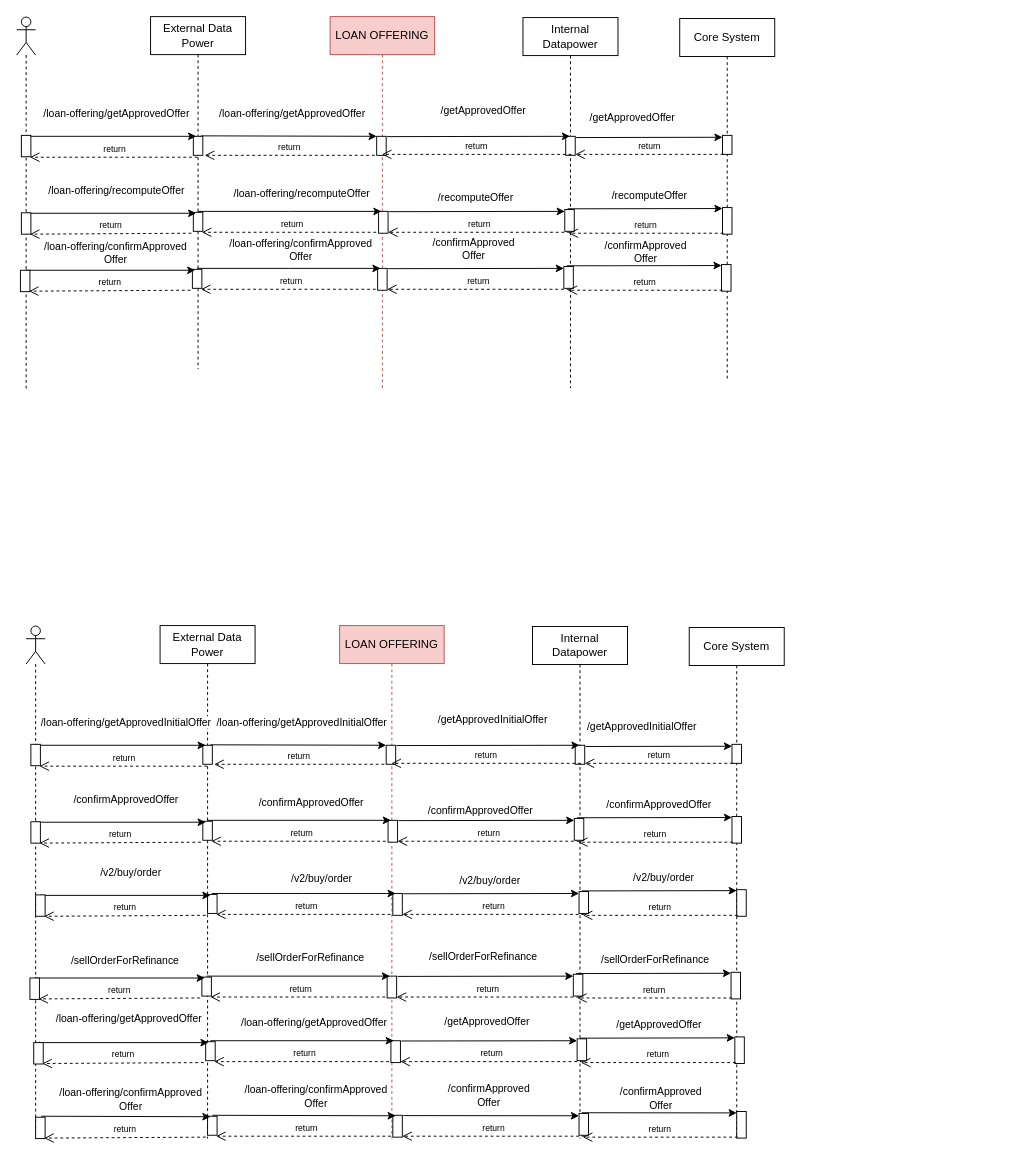
Above: page "Loan-Offering" (11 of 12) of Migration-CRM.drawio in MHosnii/Migration (draw.io), before the change. Source tidied: cells renumbered, new cells numbered last; positions are measured from the earlier drawing's top-left corner, leaving out a move shared by most shapes. Both pictures are drawn from the tidied source at 95%, with x=0, y=0 at pixel (16, 16).
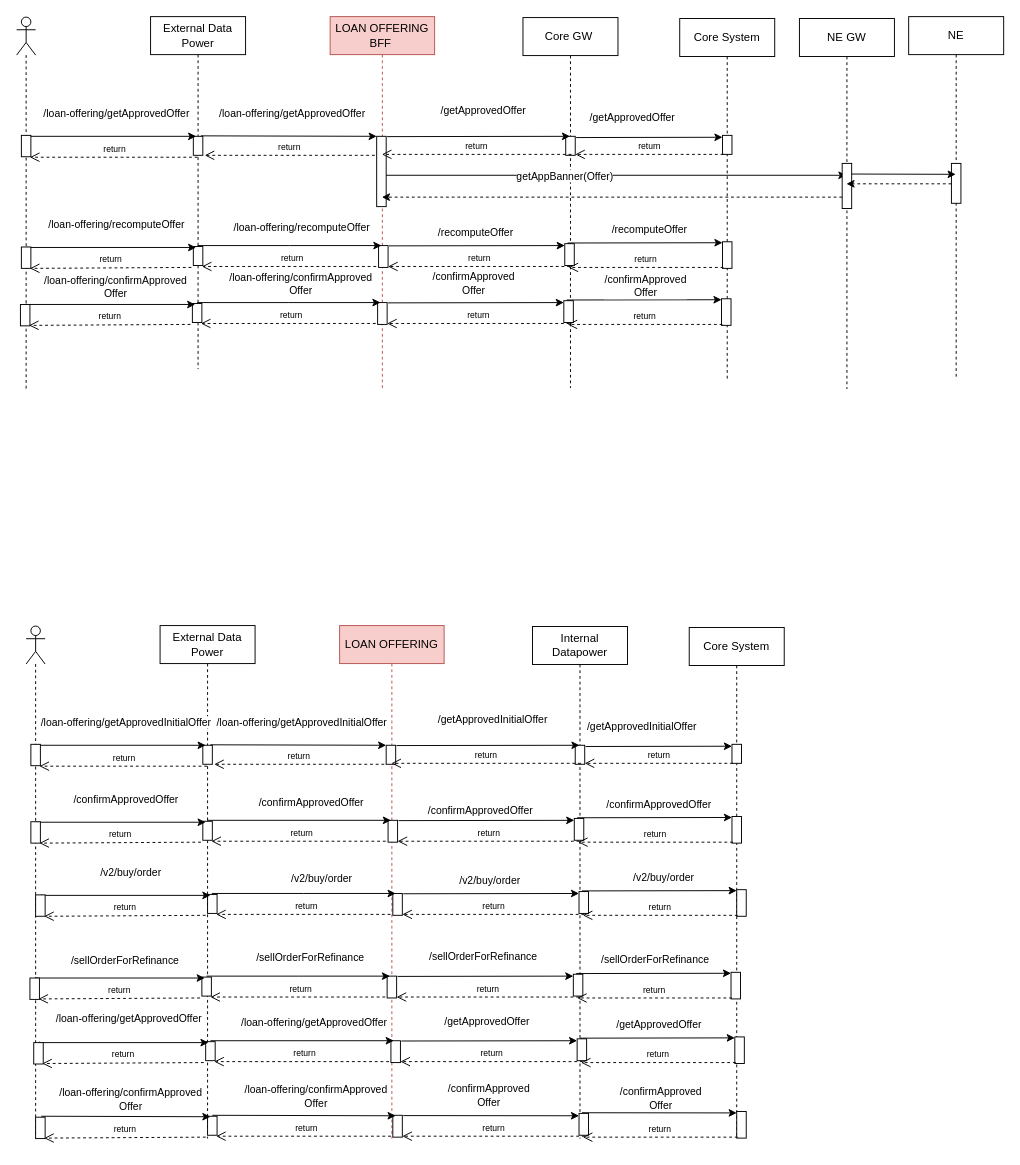
The same page after the edit.

The change refers to these unchanged cells:
```xml
<mxCell id="8" value="Core System" style="shape=umlLifeline;perimeter=lifelinePerimeter;whiteSpace=wrap;html=1;newEdgeStyle={&quot;edgeStyle&quot;:&quot;elbowEdgeStyle&quot;,&quot;elbow&quot;:&quot;vertical&quot;,&quot;curved&quot;:0,&quot;rounded&quot;:0};" parent="1" vertex="1">
  <mxGeometry x="698" y="2" width="100" height="379" as="geometry" />
</mxCell>
<mxCell id="54" style="shape=umlLifeline;perimeter=lifelinePerimeter;whiteSpace=wrap;html=1;newEdgeStyle={&quot;curved&quot;:0,&quot;rounded&quot;:0};participant=umlActor;" parent="1" vertex="1">
  <mxGeometry y="0.5" width="20" height="391" as="geometry" />
</mxCell>
```

Change to the diagram source:
```diff
@@
-    <mxCell id="4" value="LOAN OFFERING" style="shape=umlLifeline;perimeter=lifelinePerimeter;whiteSpace=wrap;html=1;newEdgeStyle={&quot;edgeStyle&quot;:&quot;elbowEdgeStyle&quot;,&quot;elbow&quot;:&quot;vertical&quot;,&quot;curved&quot;:0,&quot;rounded&quot;:0};fillColor=#f8cecc;strokeColor=#b85450;" parent="1" vertex="1">
+    <mxCell id="4" value="LOAN OFFERING BFF&amp;nbsp;" style="shape=umlLifeline;perimeter=lifelinePerimeter;whiteSpace=wrap;html=1;newEdgeStyle={&quot;edgeStyle&quot;:&quot;elbowEdgeStyle&quot;,&quot;elbow&quot;:&quot;vertical&quot;,&quot;curved&quot;:0,&quot;rounded&quot;:0};fillColor=#f8cecc;strokeColor=#b85450;" parent="1" vertex="1">
       <mxGeometry x="330" width="110" height="391" as="geometry" />
     </mxCell>
     <mxCell id="5" style="html=1;points=[];perimeter=orthogonalPerimeter;outlineConnect=0;targetShapes=umlLifeline;portConstraint=eastwest;newEdgeStyle={&quot;edgeStyle&quot;:&quot;elbowEdgeStyle&quot;,&quot;elbow&quot;:&quot;vertical&quot;,&quot;curved&quot;:0,&quot;rounded&quot;:0};" parent="4" vertex="1">
-      <mxGeometry x="49" y="126" width="10" height="20" as="geometry" />
+      <mxGeometry x="49" y="126" width="10" height="74" as="geometry" />
     </mxCell>
-    <mxCell id="6" value="Internal&lt;div&gt;Datapower&lt;/div&gt;" style="shape=umlLifeline;perimeter=lifelinePerimeter;whiteSpace=wrap;html=1;newEdgeStyle={&quot;edgeStyle&quot;:&quot;elbowEdgeStyle&quot;,&quot;elbow&quot;:&quot;vertical&quot;,&quot;curved&quot;:0,&quot;rounded&quot;:0};" parent="1" vertex="1">
+    <mxCell id="6" value="Core GW&amp;nbsp;" style="shape=umlLifeline;perimeter=lifelinePerimeter;whiteSpace=wrap;html=1;newEdgeStyle={&quot;edgeStyle&quot;:&quot;elbowEdgeStyle&quot;,&quot;elbow&quot;:&quot;vertical&quot;,&quot;curved&quot;:0,&quot;rounded&quot;:0};" parent="1" vertex="1">
       <mxGeometry x="533" y="1" width="100" height="390" as="geometry" />
     </mxCell>
@@
     <mxCell id="10" style="html=1;points=[];perimeter=orthogonalPerimeter;outlineConnect=0;targetShapes=umlLifeline;portConstraint=eastwest;newEdgeStyle={&quot;edgeStyle&quot;:&quot;elbowEdgeStyle&quot;,&quot;elbow&quot;:&quot;vertical&quot;,&quot;curved&quot;:0,&quot;rounded&quot;:0};" parent="8" vertex="1">
-      <mxGeometry x="45" y="199" width="10" height="28" as="geometry" />
+      <mxGeometry x="45" y="235" width="10" height="28" as="geometry" />
     </mxCell>
@@
     <mxCell id="21" value="/loan-offering/recomputeOffer" style="edgeLabel;html=1;align=center;verticalAlign=middle;" parent="1" vertex="1">
-      <mxGeometry x="294" y="188" as="geometry">
+      <mxGeometry x="294" y="224" as="geometry">
         <mxPoint x="5" y="-3" as="offset" />
       </mxGeometry>
     </mxCell>
     <mxCell id="22" value="&lt;font style=&quot;font-size: 9px;&quot;&gt;return&lt;/font&gt;" style="html=1;verticalAlign=bottom;endArrow=open;dashed=1;endSize=8;rounded=0;shadow=0;fontSize=12;fontColor=#000000;" parent="1" edge="1">
       <mxGeometry relative="1" as="geometry">
-        <mxPoint x="384.5" y="227" as="sourcePoint" />
-        <mxPoint x="195" y="227" as="targetPoint" />
+        <mxPoint x="384.5" y="263" as="sourcePoint" />
+        <mxPoint x="195" y="263" as="targetPoint" />
       </mxGeometry>
     </mxCell>
     <mxCell id="23" style="html=1;perimeter=orthogonalPerimeter;targetShapes=umlLifeline;newEdgeStyle={&quot;edgeStyle&quot;:&quot;elbowEdgeStyle&quot;,&quot;elbow&quot;:&quot;vertical&quot;,&quot;curved&quot;:0,&quot;rounded&quot;:0};" parent="1" vertex="1">
-      <mxGeometry x="381" y="205" width="10" height="23" as="geometry" />
+      <mxGeometry x="381" y="241" width="10" height="23" as="geometry" />
     </mxCell>
     <mxCell id="24" style="html=1;points=[];perimeter=orthogonalPerimeter;outlineConnect=0;targetShapes=umlLifeline;portConstraint=eastwest;newEdgeStyle={&quot;edgeStyle&quot;:&quot;elbowEdgeStyle&quot;,&quot;elbow&quot;:&quot;vertical&quot;,&quot;curved&quot;:0,&quot;rounded&quot;:0};" parent="1" vertex="1">
-      <mxGeometry x="577" y="203" width="10" height="23" as="geometry" />
+      <mxGeometry x="577" y="239" width="10" height="23" as="geometry" />
     </mxCell>
     <mxCell id="25" style="edgeStyle=elbowEdgeStyle;rounded=0;jettySize=auto;html=1;elbow=vertical;curved=0;" parent="1" edge="1" target="24">
       <mxGeometry relative="1" as="geometry">
-        <mxPoint x="392" y="205.3" as="sourcePoint" />
+        <mxPoint x="392" y="241.3" as="sourcePoint" />
       </mxGeometry>
     </mxCell>
     <mxCell id="26" value="&lt;font style=&quot;font-size: 9px;&quot;&gt;return&lt;/font&gt;" style="html=1;verticalAlign=bottom;endArrow=open;dashed=1;endSize=8;rounded=0;shadow=0;fontSize=12;fontColor=#000000;" parent="1" edge="1">
       <mxGeometry relative="1" as="geometry">
-        <mxPoint x="582.5" y="227" as="sourcePoint" />
-        <mxPoint x="391" y="227" as="targetPoint" />
+        <mxPoint x="582.5" y="263" as="sourcePoint" />
+        <mxPoint x="391" y="263" as="targetPoint" />
       </mxGeometry>
     </mxCell>
     <mxCell id="27" value="/recomputeOffer" style="edgeLabel;html=1;align=center;verticalAlign=middle;" parent="1" vertex="1">
-      <mxGeometry x="474" y="198" as="geometry">
+      <mxGeometry x="474" y="234" as="geometry">
         <mxPoint x="8" y="-8" as="offset" />
       </mxGeometry>
     </mxCell>
     <mxCell id="28" style="edgeStyle=elbowEdgeStyle;rounded=0;jettySize=auto;html=1;elbow=vertical;curved=0;" parent="1" edge="1" target="10">
       <mxGeometry relative="1" as="geometry">
-        <mxPoint x="580" y="202.3" as="sourcePoint" />
+        <mxPoint x="580" y="238.3" as="sourcePoint" />
       </mxGeometry>
     </mxCell>
     <mxCell id="29" value="&lt;font style=&quot;font-size: 9px;&quot;&gt;return&lt;/font&gt;" style="html=1;verticalAlign=bottom;endArrow=open;dashed=1;endSize=8;rounded=0;shadow=0;fontSize=12;fontColor=#000000;" parent="1" edge="1">
       <mxGeometry relative="1" as="geometry">
-        <mxPoint x="744" y="228" as="sourcePoint" />
-        <mxPoint x="581" y="228" as="targetPoint" />
+        <mxPoint x="744" y="264" as="sourcePoint" />
+        <mxPoint x="581" y="264" as="targetPoint" />
       </mxGeometry>
     </mxCell>
     <mxCell id="30" value="/recomputeOffer" style="edgeLabel;html=1;align=center;verticalAlign=middle;" parent="1" vertex="1">
-      <mxGeometry x="799" y="182" as="geometry">
+      <mxGeometry x="799" y="218" as="geometry">
         <mxPoint x="-134" y="5" as="offset" />
       </mxGeometry>
     </mxCell>
     <mxCell id="31" style="html=1;perimeter=orthogonalPerimeter;targetShapes=umlLifeline;newEdgeStyle={&quot;edgeStyle&quot;:&quot;elbowEdgeStyle&quot;,&quot;elbow&quot;:&quot;vertical&quot;,&quot;curved&quot;:0,&quot;rounded&quot;:0};" parent="1" vertex="1">
-      <mxGeometry x="186" y="206" width="10" height="20" as="geometry" />
+      <mxGeometry x="186" y="242" width="10" height="20" as="geometry" />
     </mxCell>
@@
     <mxCell id="34" style="edgeStyle=elbowEdgeStyle;rounded=0;orthogonalLoop=1;jettySize=auto;html=1;elbow=vertical;curved=0;" parent="1" edge="1">
       <mxGeometry relative="1" as="geometry">
-        <mxPoint x="11" y="206" as="sourcePoint" />
-        <mxPoint x="189" y="207" as="targetPoint" />
+        <mxPoint x="11" y="242" as="sourcePoint" />
+        <mxPoint x="189" y="243" as="targetPoint" />
       </mxGeometry>
     </mxCell>
@@
     <mxCell id="36" value="&lt;font style=&quot;font-size: 9px;&quot;&gt;return&lt;/font&gt;" style="html=1;verticalAlign=bottom;endArrow=open;dashed=1;endSize=8;rounded=0;shadow=0;fontSize=12;fontColor=#000000;entryX=0.5;entryY=1;entryDx=0;entryDy=0;entryPerimeter=0;" parent="1" edge="1">
       <mxGeometry relative="1" as="geometry">
-        <mxPoint x="184" y="228" as="sourcePoint" />
-        <mxPoint x="14" y="229" as="targetPoint" />
+        <mxPoint x="184" y="264" as="sourcePoint" />
+        <mxPoint x="14" y="265" as="targetPoint" />
       </mxGeometry>
     </mxCell>
     <mxCell id="37" style="edgeStyle=elbowEdgeStyle;rounded=0;orthogonalLoop=1;jettySize=auto;html=1;elbow=vertical;curved=0;" parent="1" edge="1">
       <mxGeometry relative="1" as="geometry">
-        <mxPoint x="190.5" y="205" as="sourcePoint" />
-        <mxPoint x="384" y="205" as="targetPoint" />
+        <mxPoint x="190.5" y="241" as="sourcePoint" />
+        <mxPoint x="384" y="241" as="targetPoint" />
       </mxGeometry>
     </mxCell>
     <mxCell id="38" style="html=1;points=[];perimeter=orthogonalPerimeter;outlineConnect=0;targetShapes=umlLifeline;portConstraint=eastwest;newEdgeStyle={&quot;edgeStyle&quot;:&quot;elbowEdgeStyle&quot;,&quot;elbow&quot;:&quot;vertical&quot;,&quot;curved&quot;:0,&quot;rounded&quot;:0};" parent="1" vertex="1">
-      <mxGeometry x="742" y="261" width="10" height="28" as="geometry" />
+      <mxGeometry x="742" y="297" width="10" height="28" as="geometry" />
     </mxCell>
     <mxCell id="39" value="/loan-offering/confirmApproved&lt;div&gt;Offer&lt;/div&gt;" style="edgeLabel;html=1;align=center;verticalAlign=middle;" parent="1" vertex="1">
-      <mxGeometry x="293" y="248" as="geometry">
+      <mxGeometry x="293" y="284" as="geometry">
         <mxPoint x="5" y="-3" as="offset" />
       </mxGeometry>
     </mxCell>
     <mxCell id="40" value="&lt;font style=&quot;font-size: 9px;&quot;&gt;return&lt;/font&gt;" style="html=1;verticalAlign=bottom;endArrow=open;dashed=1;endSize=8;rounded=0;shadow=0;fontSize=12;fontColor=#000000;" parent="1" edge="1">
       <mxGeometry relative="1" as="geometry">
-        <mxPoint x="384" y="287" as="sourcePoint" />
-        <mxPoint x="194" y="287" as="targetPoint" />
+        <mxPoint x="384" y="323" as="sourcePoint" />
+        <mxPoint x="194" y="323" as="targetPoint" />
       </mxGeometry>
     </mxCell>
     <mxCell id="41" style="html=1;perimeter=orthogonalPerimeter;targetShapes=umlLifeline;newEdgeStyle={&quot;edgeStyle&quot;:&quot;elbowEdgeStyle&quot;,&quot;elbow&quot;:&quot;vertical&quot;,&quot;curved&quot;:0,&quot;rounded&quot;:0};" parent="1" vertex="1">
-      <mxGeometry x="380" y="265" width="10" height="23" as="geometry" />
+      <mxGeometry x="380" y="301" width="10" height="23" as="geometry" />
     </mxCell>
     <mxCell id="42" style="html=1;points=[];perimeter=orthogonalPerimeter;outlineConnect=0;targetShapes=umlLifeline;portConstraint=eastwest;newEdgeStyle={&quot;edgeStyle&quot;:&quot;elbowEdgeStyle&quot;,&quot;elbow&quot;:&quot;vertical&quot;,&quot;curved&quot;:0,&quot;rounded&quot;:0};" parent="1" vertex="1">
-      <mxGeometry x="576" y="263" width="10" height="23" as="geometry" />
+      <mxGeometry x="576" y="299" width="10" height="23" as="geometry" />
     </mxCell>
     <mxCell id="43" style="edgeStyle=elbowEdgeStyle;rounded=0;jettySize=auto;html=1;elbow=vertical;curved=0;" parent="1" edge="1" target="42">
       <mxGeometry relative="1" as="geometry">
-        <mxPoint x="391" y="265.3" as="sourcePoint" />
+        <mxPoint x="391" y="301.3" as="sourcePoint" />
       </mxGeometry>
     </mxCell>
     <mxCell id="44" value="&lt;font style=&quot;font-size: 9px;&quot;&gt;return&lt;/font&gt;" style="html=1;verticalAlign=bottom;endArrow=open;dashed=1;endSize=8;rounded=0;shadow=0;fontSize=12;fontColor=#000000;" parent="1" edge="1">
       <mxGeometry relative="1" as="geometry">
-        <mxPoint x="582" y="287" as="sourcePoint" />
-        <mxPoint x="390" y="287" as="targetPoint" />
+        <mxPoint x="582" y="323" as="sourcePoint" />
+        <mxPoint x="390" y="323" as="targetPoint" />
       </mxGeometry>
     </mxCell>
     <mxCell id="45" value="/confirmApproved&lt;div&gt;Offer&lt;/div&gt;" style="edgeLabel;html=1;align=center;verticalAlign=middle;" parent="1" vertex="1">
-      <mxGeometry x="473" y="258" as="geometry">
+      <mxGeometry x="473" y="294" as="geometry">
         <mxPoint x="7" y="-14" as="offset" />
       </mxGeometry>
     </mxCell>
     <mxCell id="46" style="edgeStyle=elbowEdgeStyle;rounded=0;jettySize=auto;html=1;elbow=vertical;curved=0;" parent="1" edge="1" target="38">
       <mxGeometry relative="1" as="geometry">
-        <mxPoint x="579" y="262.3" as="sourcePoint" />
+        <mxPoint x="579" y="298.3" as="sourcePoint" />
       </mxGeometry>
     </mxCell>
     <mxCell id="47" value="&lt;font style=&quot;font-size: 9px;&quot;&gt;return&lt;/font&gt;" style="html=1;verticalAlign=bottom;endArrow=open;dashed=1;endSize=8;rounded=0;shadow=0;fontSize=12;fontColor=#000000;" parent="1" edge="1">
       <mxGeometry relative="1" as="geometry">
-        <mxPoint x="743" y="288" as="sourcePoint" />
-        <mxPoint x="580" y="288" as="targetPoint" />
+        <mxPoint x="743" y="324" as="sourcePoint" />
+        <mxPoint x="580" y="324" as="targetPoint" />
       </mxGeometry>
     </mxCell>
     <mxCell id="48" style="html=1;perimeter=orthogonalPerimeter;targetShapes=umlLifeline;newEdgeStyle={&quot;edgeStyle&quot;:&quot;elbowEdgeStyle&quot;,&quot;elbow&quot;:&quot;vertical&quot;,&quot;curved&quot;:0,&quot;rounded&quot;:0};" parent="1" vertex="1">
-      <mxGeometry x="185" y="266" width="10" height="20" as="geometry" />
+      <mxGeometry x="185" y="302" width="10" height="20" as="geometry" />
     </mxCell>
     <mxCell id="49" style="edgeStyle=elbowEdgeStyle;rounded=0;orthogonalLoop=1;jettySize=auto;html=1;elbow=vertical;curved=0;" parent="1" edge="1">
       <mxGeometry relative="1" as="geometry">
-        <mxPoint x="10" y="266" as="sourcePoint" />
-        <mxPoint x="188" y="267" as="targetPoint" />
+        <mxPoint x="10" y="302" as="sourcePoint" />
+        <mxPoint x="188" y="303" as="targetPoint" />
       </mxGeometry>
     </mxCell>
@@
     <mxCell id="51" value="&lt;font style=&quot;font-size: 9px;&quot;&gt;return&lt;/font&gt;" style="html=1;verticalAlign=bottom;endArrow=open;dashed=1;endSize=8;rounded=0;shadow=0;fontSize=12;fontColor=#000000;entryX=0.5;entryY=1;entryDx=0;entryDy=0;entryPerimeter=0;" parent="1" edge="1">
       <mxGeometry relative="1" as="geometry">
-        <mxPoint x="183" y="288" as="sourcePoint" />
-        <mxPoint x="13" y="289" as="targetPoint" />
+        <mxPoint x="183" y="324" as="sourcePoint" />
+        <mxPoint x="13" y="325" as="targetPoint" />
       </mxGeometry>
     </mxCell>
     <mxCell id="52" style="edgeStyle=elbowEdgeStyle;rounded=0;orthogonalLoop=1;jettySize=auto;html=1;elbow=vertical;curved=0;" parent="1" edge="1">
       <mxGeometry relative="1" as="geometry">
-        <mxPoint x="190" y="265" as="sourcePoint" />
-        <mxPoint x="383" y="265" as="targetPoint" />
+        <mxPoint x="190" y="301" as="sourcePoint" />
+        <mxPoint x="383" y="301" as="targetPoint" />
       </mxGeometry>
     </mxCell>
     <mxCell id="53" value="/confirmApproved&lt;div&gt;Offer&lt;/div&gt;" style="edgeLabel;html=1;align=center;verticalAlign=middle;" parent="1" vertex="1">
-      <mxGeometry x="654" y="261" as="geometry">
+      <mxGeometry x="654" y="297" as="geometry">
         <mxPoint x="7" y="-14" as="offset" />
       </mxGeometry>
     </mxCell>
@@
     <mxCell id="56" style="html=1;perimeter=orthogonalPerimeter;targetShapes=umlLifeline;newEdgeStyle={&quot;edgeStyle&quot;:&quot;elbowEdgeStyle&quot;,&quot;elbow&quot;:&quot;vertical&quot;,&quot;curved&quot;:0,&quot;rounded&quot;:0};" parent="54" vertex="1">
-      <mxGeometry x="5" y="206" width="10" height="22.5" as="geometry" />
+      <mxGeometry x="5" y="242" width="10" height="22.5" as="geometry" />
     </mxCell>
     <mxCell id="57" style="html=1;perimeter=orthogonalPerimeter;targetShapes=umlLifeline;newEdgeStyle={&quot;edgeStyle&quot;:&quot;elbowEdgeStyle&quot;,&quot;elbow&quot;:&quot;vertical&quot;,&quot;curved&quot;:0,&quot;rounded&quot;:0};" parent="54" vertex="1">
-      <mxGeometry x="4" y="266.5" width="10" height="22.5" as="geometry" />
+      <mxGeometry x="4" y="302.5" width="10" height="22.5" as="geometry" />
     </mxCell>
@@
+    <mxCell id="165" value="NE" style="shape=umlLifeline;perimeter=lifelinePerimeter;whiteSpace=wrap;html=1;newEdgeStyle={&quot;edgeStyle&quot;:&quot;elbowEdgeStyle&quot;,&quot;elbow&quot;:&quot;vertical&quot;,&quot;curved&quot;:0,&quot;rounded&quot;:0};" parent="1" vertex="1">
+      <mxGeometry x="939" width="100" height="379" as="geometry" />
+    </mxCell>
+    <mxCell id="166" style="html=1;points=[];perimeter=orthogonalPerimeter;outlineConnect=0;targetShapes=umlLifeline;portConstraint=eastwest;newEdgeStyle={&quot;edgeStyle&quot;:&quot;elbowEdgeStyle&quot;,&quot;elbow&quot;:&quot;vertical&quot;,&quot;curved&quot;:0,&quot;rounded&quot;:0};" parent="165" vertex="1">
+      <mxGeometry x="45" y="154.5" width="10" height="42" as="geometry" />
+    </mxCell>
+    <mxCell id="167" style="edgeStyle=elbowEdgeStyle;rounded=0;jettySize=auto;html=1;elbow=vertical;curved=0;" parent="1" edge="1" target="170">
+      <mxGeometry relative="1" as="geometry">
+        <mxPoint x="389" y="167" as="sourcePoint" />
+      </mxGeometry>
+    </mxCell>
+    <mxCell id="168" value="getAppBanner(Offer)" style="edgeLabel;html=1;align=center;verticalAlign=middle;" parent="167" vertex="1">
+      <mxGeometry x="-0.23" y="1" relative="1" as="geometry">
+        <mxPoint y="1" as="offset" />
+      </mxGeometry>
+    </mxCell>
+    <mxCell id="169" style="edgeStyle=elbowEdgeStyle;rounded=0;jettySize=auto;html=1;elbow=vertical;curved=0;dashed=1;" parent="1" edge="1" source="171">
+      <mxGeometry relative="1" as="geometry">
+        <mxPoint x="384.5" y="190" as="targetPoint" />
+      </mxGeometry>
+    </mxCell>
+    <mxCell id="170" value="NE GW" style="shape=umlLifeline;perimeter=lifelinePerimeter;whiteSpace=wrap;html=1;outlineConnect=0;portConstraint=eastwest;newEdgeStyle={&quot;edgeStyle&quot;:&quot;elbowEdgeStyle&quot;,&quot;elbow&quot;:&quot;vertical&quot;,&quot;curved&quot;:0,&quot;rounded&quot;:0};" parent="1" vertex="1">
+      <mxGeometry x="824" y="2" width="100" height="390" as="geometry" />
+    </mxCell>
+    <mxCell id="171" style="html=1;points=[];perimeter=orthogonalPerimeter;outlineConnect=0;targetShapes=umlLifeline;portConstraint=eastwest;newEdgeStyle={&quot;edgeStyle&quot;:&quot;elbowEdgeStyle&quot;,&quot;elbow&quot;:&quot;vertical&quot;,&quot;curved&quot;:0,&quot;rounded&quot;:0};" parent="170" vertex="1">
+      <mxGeometry x="45" y="152.5" width="10" height="47.5" as="geometry" />
+    </mxCell>
+    <mxCell id="172" style="edgeStyle=elbowEdgeStyle;rounded=0;orthogonalLoop=1;jettySize=auto;html=1;elbow=vertical;curved=0;" parent="1" edge="1">
+      <mxGeometry relative="1" as="geometry">
+        <mxPoint x="879" y="165.7" as="sourcePoint" />
+        <mxPoint x="988.5" y="165.7" as="targetPoint" />
+      </mxGeometry>
+    </mxCell>
+    <mxCell id="173" style="edgeStyle=elbowEdgeStyle;rounded=0;jettySize=auto;html=1;elbow=vertical;curved=0;dashed=1;" parent="1" edge="1" source="166" target="170">
+      <mxGeometry relative="1" as="geometry" />
+    </mxCell>
```
